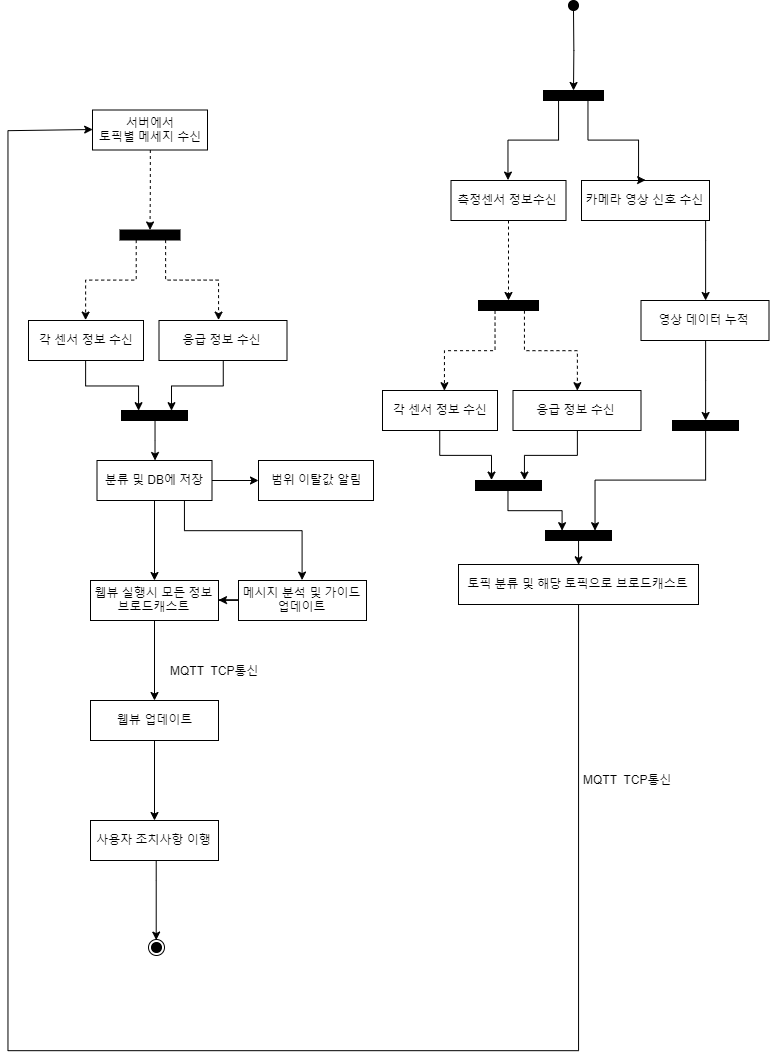
Naury74/KNU-20192-4Team keeps this draw.io diagram as diagram(수정통합본)/BPM Activity Diagram.png. Above is the earlier version. Source tidied: cells renumbered, new cells last; positions are measured from the earlier drawing's top-left corner, leaving out a move shared by most shapes.
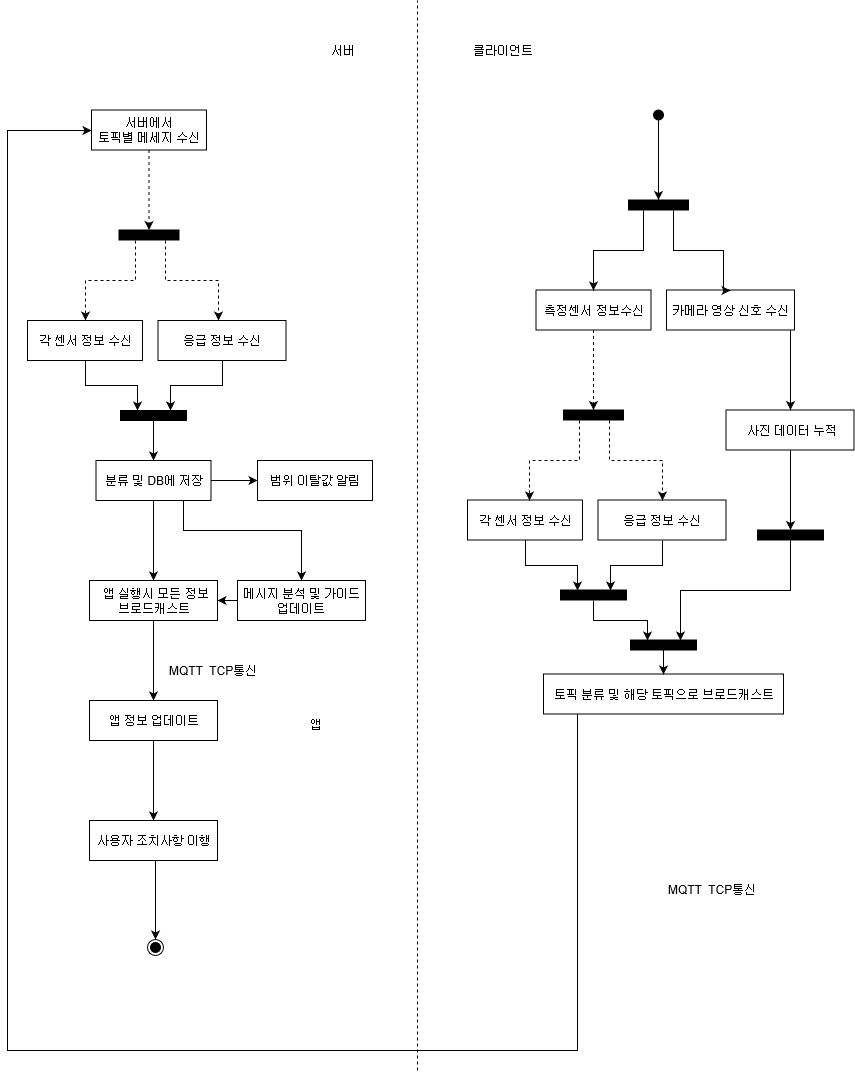
The same diagram one commit later.

What changed in the source:
```diff
@@ -4,78 +4,78 @@
     <mxCell id="1" parent="0" />
     <mxCell id="2" style="edgeStyle=orthogonalEdgeStyle;rounded=0;jettySize=auto;html=1;" parent="1" edge="1" source="3">
       <mxGeometry relative="1" as="geometry">
-        <mxPoint x="565" y="90" as="targetPoint" />
+        <mxPoint x="651" y="199.5" as="targetPoint" />
       </mxGeometry>
     </mxCell>
     <mxCell id="3" style="ellipse;whiteSpace=wrap;html=1;fillColor=#000000;" parent="1" vertex="1">
-      <mxGeometry x="560" width="10" height="10" as="geometry" />
+      <mxGeometry x="646" y="109.5" width="10" height="10" as="geometry" />
     </mxCell>
     <mxCell id="4" style="edgeStyle=orthogonalEdgeStyle;rounded=0;jettySize=auto;html=1;entryX=0.5;entryY=0;entryDx=0;entryDy=0;exitX=0.25;exitY=1;exitDx=0;exitDy=0;" parent="1" edge="1" source="5" target="7">
       <mxGeometry relative="1" as="geometry">
         <Array as="points">
-          <mxPoint x="550" y="140" />
-          <mxPoint x="500" y="140" />
+          <mxPoint x="636" y="249.5" />
+          <mxPoint x="586" y="249.5" />
         </Array>
       </mxGeometry>
     </mxCell>
     <mxCell id="5" style="rounded=0;whiteSpace=wrap;html=1;fillColor=#000000;" parent="1" vertex="1">
-      <mxGeometry x="535" y="90" width="60" height="10" as="geometry" />
+      <mxGeometry x="621" y="199.5" width="60" height="10" as="geometry" />
     </mxCell>
     <mxCell id="6" style="edgeStyle=orthogonalEdgeStyle;rounded=0;jettySize=auto;html=1;dashed=1;" parent="1" edge="1" source="7">
       <mxGeometry relative="1" as="geometry">
-        <mxPoint x="500" y="300" as="targetPoint" />
+        <mxPoint x="586" y="409.5" as="targetPoint" />
       </mxGeometry>
     </mxCell>
     <mxCell id="7" value="측정센서 정보수신" style="rounded=0;whiteSpace=wrap;html=1;fillColor=none;" parent="1" vertex="1">
-      <mxGeometry x="442.5" y="180" width="115" height="40" as="geometry" />
+      <mxGeometry x="528.5" y="289.5" width="115" height="40" as="geometry" />
     </mxCell>
     <mxCell id="8" style="edgeStyle=orthogonalEdgeStyle;rounded=0;jettySize=auto;html=1;" parent="1" edge="1" source="9" target="11">
       <mxGeometry relative="1" as="geometry">
         <Array as="points">
-          <mxPoint x="697" y="240" />
-          <mxPoint x="697" y="240" />
+          <mxPoint x="783" y="349.5" />
+          <mxPoint x="783" y="349.5" />
         </Array>
       </mxGeometry>
     </mxCell>
     <mxCell id="9" value="카메라 영상 신호 수신" style="rounded=0;whiteSpace=wrap;html=1;fillColor=none;" parent="1" vertex="1">
-      <mxGeometry x="573" y="180" width="128" height="40" as="geometry" />
+      <mxGeometry x="659" y="289.5" width="128" height="40" as="geometry" />
     </mxCell>
     <mxCell id="10" style="edgeStyle=orthogonalEdgeStyle;rounded=0;jettySize=auto;html=1;" parent="1" edge="1" source="11" target="12">
       <mxGeometry relative="1" as="geometry" />
     </mxCell>
-    <mxCell id="11" value="영상 데이터 누적" style="rounded=0;whiteSpace=wrap;html=1;fillColor=none;" parent="1" vertex="1">
-      <mxGeometry x="632.5" y="300" width="128" height="40" as="geometry" />
+    <mxCell id="11" value="&amp;nbsp;사진 데이터 누적" style="rounded=0;whiteSpace=wrap;html=1;fillColor=none;" parent="1" vertex="1">
+      <mxGeometry x="718.5" y="409.5" width="128" height="40" as="geometry" />
     </mxCell>
     <mxCell id="12" style="rounded=0;whiteSpace=wrap;html=1;fillColor=#000000;" parent="1" vertex="1">
-      <mxGeometry x="664" y="420" width="66" height="10" as="geometry" />
+      <mxGeometry x="750" y="529.5" width="66" height="10" as="geometry" />
     </mxCell>
     <mxCell id="13" style="edgeStyle=orthogonalEdgeStyle;rounded=0;jettySize=auto;html=1;entryX=0.5;entryY=0;entryDx=0;entryDy=0;exitX=0.75;exitY=1;exitDx=0;exitDy=0;" parent="1" edge="1" source="5" target="9">
       <mxGeometry relative="1" as="geometry">
         <Array as="points">
-          <mxPoint x="580" y="140" />
-          <mxPoint x="630" y="140" />
+          <mxPoint x="666" y="249.5" />
+          <mxPoint x="716" y="249.5" />
         </Array>
       </mxGeometry>
     </mxCell>
     <mxCell id="14" style="rounded=0;whiteSpace=wrap;html=1;fillColor=#000000;" parent="1" vertex="1">
-      <mxGeometry x="470" y="300" width="60" height="10" as="geometry" />
+      <mxGeometry x="556" y="409.5" width="60" height="10" as="geometry" />
     </mxCell>
     <mxCell id="15" style="edgeStyle=orthogonalEdgeStyle;rounded=0;orthogonalLoop=1;jettySize=auto;html=1;entryX=0.5;entryY=0;entryDx=0;entryDy=0;exitX=0.25;exitY=1;exitDx=0;exitDy=0;dashed=1;" parent="1" edge="1">
       <mxGeometry relative="1" as="geometry">
-        <mxPoint x="486" y="310" as="sourcePoint" />
-        <mxPoint x="436" y="390" as="targetPoint" />
+        <mxPoint x="572" y="419.5" as="sourcePoint" />
+        <mxPoint x="522" y="499.5" as="targetPoint" />
         <Array as="points">
-          <mxPoint x="486" y="350" />
-          <mxPoint x="436" y="350" />
+          <mxPoint x="572" y="459.5" />
+          <mxPoint x="522" y="459.5" />
         </Array>
       </mxGeometry>
     </mxCell>
     <mxCell id="16" style="edgeStyle=orthogonalEdgeStyle;rounded=0;jettySize=auto;html=1;exitX=0.75;exitY=1;exitDx=0;exitDy=0;entryX=0.5;entryY=0;entryDx=0;entryDy=0;dashed=1;" parent="1" edge="1" target="19">
       <mxGeometry relative="1" as="geometry">
-        <mxPoint x="516" y="310" as="sourcePoint" />
+        <mxPoint x="602" y="419.5" as="sourcePoint" />
         <Array as="points">
-          <mxPoint x="516" y="350" />
-          <mxPoint x="569" y="350" />
+          <mxPoint x="602" y="459.5" />
+          <mxPoint x="655" y="459.5" />
         </Array>
       </mxGeometry>
     </mxCell>
@@ -83,13 +83,13 @@
       <mxGeometry relative="1" as="geometry" />
     </mxCell>
     <mxCell id="18" value="각 센서 정보 수신" style="rounded=0;whiteSpace=wrap;html=1;fillColor=none;" parent="1" vertex="1">
-      <mxGeometry x="374" y="390" width="115" height="40" as="geometry" />
+      <mxGeometry x="460" y="499.5" width="115" height="40" as="geometry" />
     </mxCell>
     <mxCell id="19" value="응급 정보 수신" style="rounded=0;whiteSpace=wrap;html=1;fillColor=none;" parent="1" vertex="1">
-      <mxGeometry x="504.5" y="390" width="128" height="40" as="geometry" />
+      <mxGeometry x="590.5" y="499.5" width="128" height="40" as="geometry" />
     </mxCell>
     <mxCell id="20" style="rounded=0;whiteSpace=wrap;html=1;fillColor=#000000;" parent="1" vertex="1">
-      <mxGeometry x="467" y="480" width="66" height="10" as="geometry" />
+      <mxGeometry x="553" y="589.5" width="66" height="10" as="geometry" />
     </mxCell>
     <mxCell id="21" style="edgeStyle=orthogonalEdgeStyle;rounded=0;jettySize=auto;html=1;entryX=0.75;entryY=0;entryDx=0;entryDy=0;exitX=0.5;exitY=1;exitDx=0;exitDy=0;" parent="1" edge="1" source="19" target="20">
       <mxGeometry relative="1" as="geometry" />
@@ -101,7 +101,7 @@
       <mxGeometry relative="1" as="geometry" />
     </mxCell>
     <mxCell id="24" style="rounded=0;whiteSpace=wrap;html=1;fillColor=#000000;" parent="1" vertex="1">
-      <mxGeometry x="537" y="530" width="66" height="10" as="geometry" />
+      <mxGeometry x="623" y="639.5" width="66" height="10" as="geometry" />
     </mxCell>
     <mxCell id="25" style="edgeStyle=orthogonalEdgeStyle;rounded=0;jettySize=auto;html=1;entryX=0.75;entryY=0;entryDx=0;entryDy=0;exitX=0.5;exitY=1;exitDx=0;exitDy=0;" parent="1" edge="1" source="12" target="24">
       <mxGeometry relative="1" as="geometry" />
@@ -116,7 +116,7 @@
       </mxGeometry>
     </mxCell>
     <mxCell id="27" value="토픽 분류 및 해당 토픽으로 브로드캐스트" style="rounded=0;whiteSpace=wrap;html=1;fillColor=none;" parent="1" vertex="1">
-      <mxGeometry x="450" y="564" width="240" height="40" as="geometry" />
+      <mxGeometry x="536" y="673.5" width="240" height="40" as="geometry" />
     </mxCell>
     <mxCell id="28" value="범위 이탈값 알림" style="rounded=0;whiteSpace=wrap;html=1;fillColor=none;" parent="1" vertex="1">
       <mxGeometry x="250" y="460" width="115" height="40" as="geometry" />
@@ -133,13 +133,13 @@
     <mxCell id="32" style="edgeStyle=orthogonalEdgeStyle;rounded=0;jettySize=auto;html=1;" parent="1" edge="1" source="33" target="35">
       <mxGeometry relative="1" as="geometry" />
     </mxCell>
-    <mxCell id="33" value="웹뷰 실행시 모든 정보&lt;br&gt;브로드캐스트" style="rounded=0;whiteSpace=wrap;html=1;fillColor=none;" parent="1" vertex="1">
+    <mxCell id="33" value="&amp;nbsp;앱 실행시 모든 정보&lt;br&gt;브로드캐스트" style="rounded=0;whiteSpace=wrap;html=1;fillColor=none;" parent="1" vertex="1">
       <mxGeometry x="82" y="580" width="128" height="40" as="geometry" />
     </mxCell>
     <mxCell id="34" style="edgeStyle=orthogonalEdgeStyle;rounded=0;jettySize=auto;html=1;" parent="1" edge="1" source="35" target="37">
       <mxGeometry relative="1" as="geometry" />
     </mxCell>
-    <mxCell id="35" value="웹뷰 업데이트" style="rounded=0;whiteSpace=wrap;html=1;fillColor=none;" parent="1" vertex="1">
+    <mxCell id="35" value="앱 정보 업데이트" style="rounded=0;whiteSpace=wrap;html=1;fillColor=none;" parent="1" vertex="1">
       <mxGeometry x="82" y="700" width="128" height="40" as="geometry" />
     </mxCell>
     <mxCell id="36" style="edgeStyle=orthogonalEdgeStyle;rounded=0;jettySize=auto;html=1;entryX=0;entryY=0.5;entryDx=0;entryDy=0;" parent="1" edge="1" source="37" target="56">
@@ -221,7 +221,7 @@
       <mxGeometry x="160" y="661" width="100" height="20" as="geometry" />
     </mxCell>
     <mxCell id="53" value="MQTT&amp;nbsp; TCP통신" style="text;html=1;align=left;verticalAlign=top;spacingTop=-4;" parent="1" vertex="1">
-      <mxGeometry x="573" y="770" width="100" height="20" as="geometry" />
+      <mxGeometry x="659" y="879.5" width="100" height="20" as="geometry" />
     </mxCell>
     <mxCell id="54" style="group;" parent="1" vertex="1">
       <mxGeometry x="140" y="939" width="16" height="16" as="geometry" />
@@ -232,5 +232,20 @@
     <mxCell id="56" style="ellipse;whiteSpace=wrap;html=1;fillColor=none;direction=south;" parent="54" vertex="1">
       <mxGeometry width="16" height="16" as="geometry" />
     </mxCell>
+    <mxCell id="57" style="endArrow=none;dashed=1;html=1;" parent="1" edge="1">
+      <mxGeometry relative="1" as="geometry">
+        <mxPoint x="410" y="1070" as="sourcePoint" />
+        <mxPoint x="410" as="targetPoint" />
+      </mxGeometry>
+    </mxCell>
+    <mxCell id="58" value="클라이언트" style="text;html=1;strokeColor=none;fillColor=none;align=center;verticalAlign=middle;whiteSpace=wrap;rounded=0;" parent="1" vertex="1">
+      <mxGeometry x="420" y="40" width="150" height="20" as="geometry" />
+    </mxCell>
+    <mxCell id="59" value="서버" style="text;html=1;strokeColor=none;fillColor=none;align=center;verticalAlign=middle;whiteSpace=wrap;rounded=0;" parent="1" vertex="1">
+      <mxGeometry x="260" y="40" width="150" height="20" as="geometry" />
+    </mxCell>
+    <mxCell id="60" value="앱" style="text;html=1;strokeColor=none;fillColor=none;align=center;verticalAlign=middle;whiteSpace=wrap;rounded=0;" parent="1" vertex="1">
+      <mxGeometry x="232.5" y="713.5" width="150" height="20" as="geometry" />
+    </mxCell>
   </root>
 </mxGraphModel>
```
